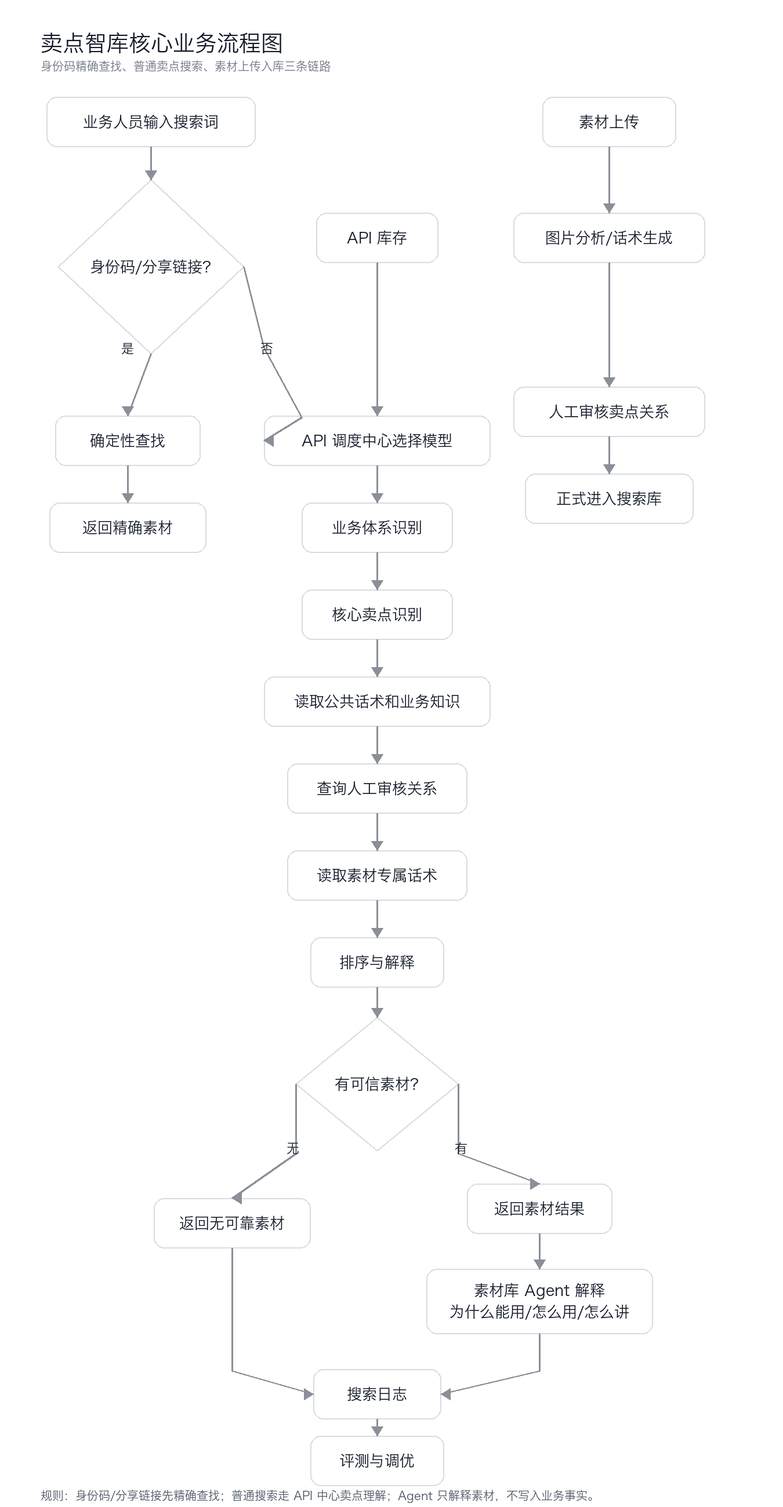
Earlier version of the Mermaid export docs/diagrams/piancton_search_workflow.png (qqq54522/piancton). Its source is kept beside it as docs/diagrams/piancton_search_workflow.mmd.
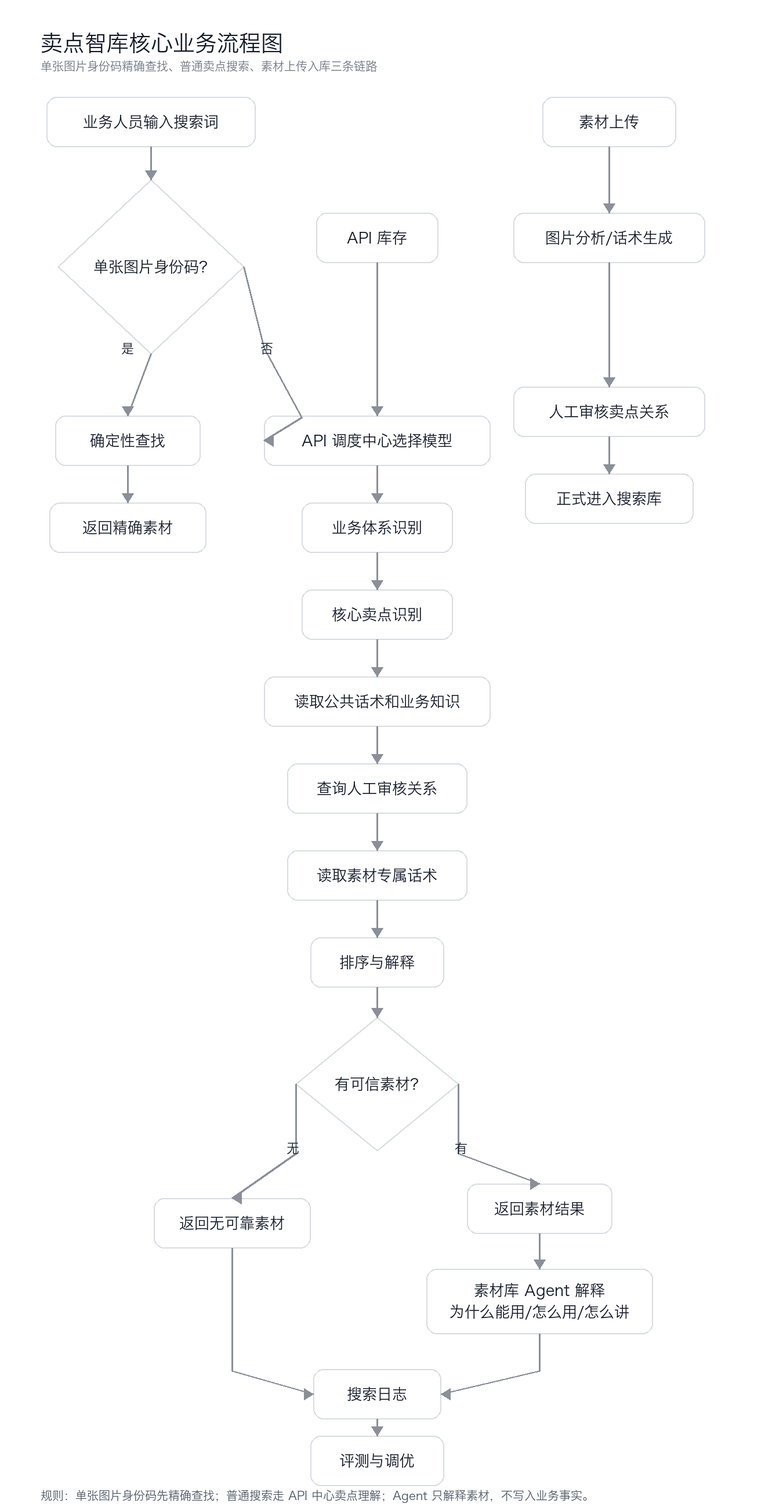
After the change.

What changed in the source:
```diff
@@ -1,5 +1,5 @@
 flowchart TD
-    A[业务人员输入搜索词] --> B{身份码/分享链接?}
+    A[业务人员输入搜索词] --> B{单张图片身份码?}
     B -->|是| C[确定性查找]
     C --> D[返回精确素材]
 
```
